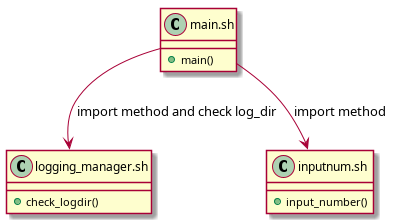
The PlantUML diagram docs/user-input_activity.png in Jumacde/shellscript_whileloop, before a commit. Its source is kept beside it as docs/user-input_activity.puml.
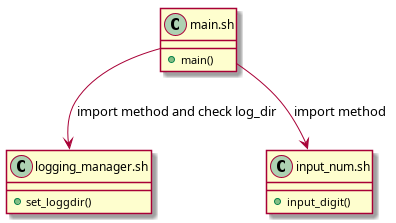
The same diagram one commit later.

Diff of the diagram source:
```diff
@@ -3,10 +3,10 @@
 		+main()
 }
 	class "logging_manager.sh" as logging {
-		+check_logdir()
+		+set_loggdir()
 }
-	class "inputnum.sh" as inputnum {
-		+input_number()
+	class "input_num.sh" as inputnum {
+		+input_digit()
 }
 
 main --> logging: import method and check log_dir
```
